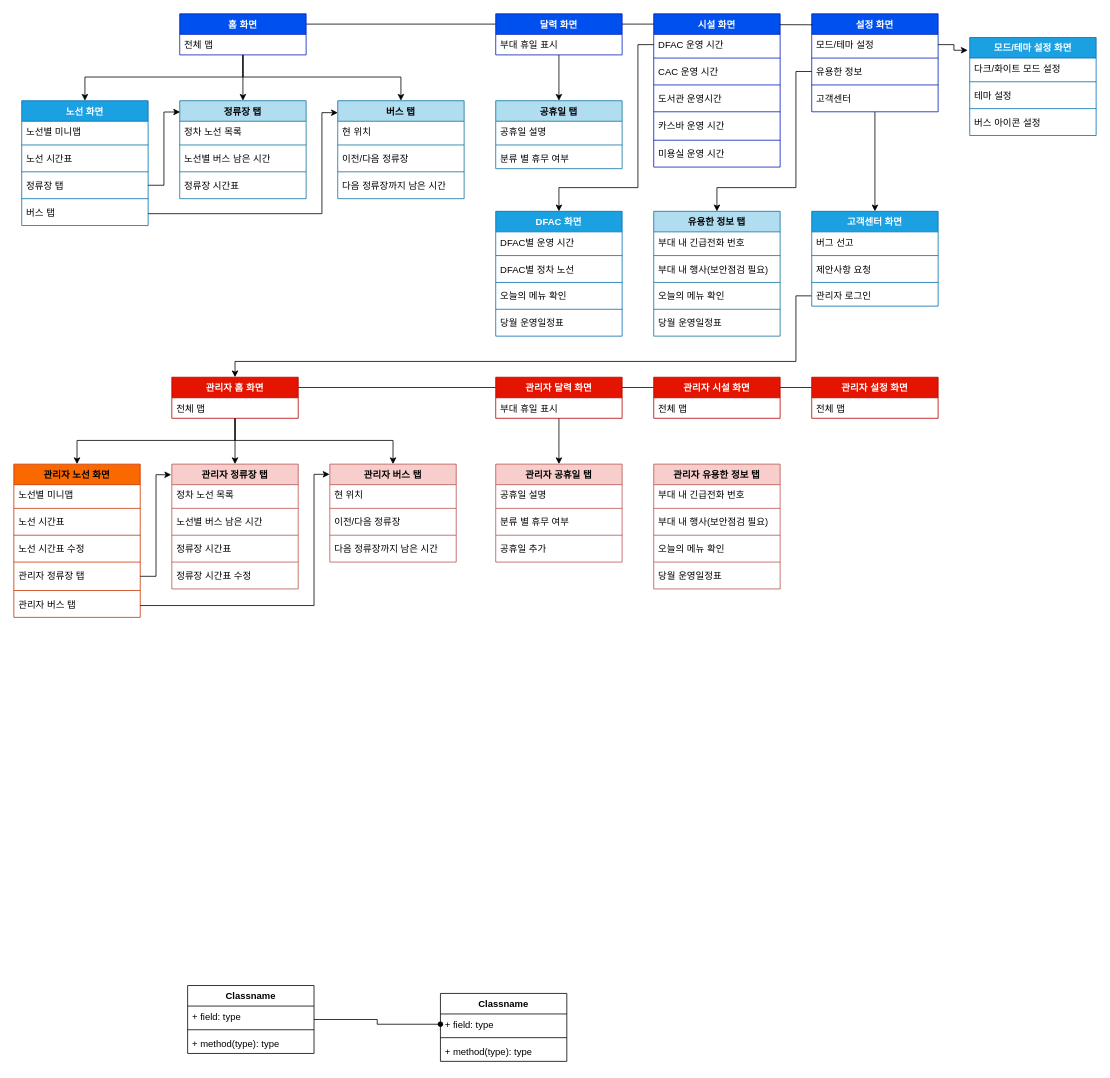
YaegunKim/Project18-CaseyBus keeps this draw.io diagram as CaseyBus_IA_01.drawio. Above is the earlier version. Source tidied: cells renumbered, new cells numbered last; positions are measured from the earlier drawing's top-left corner, leaving out a move shared by most shapes. Both pictures are drawn from the tidied source at 79%, with x=0, y=0 at pixel (13, 13).
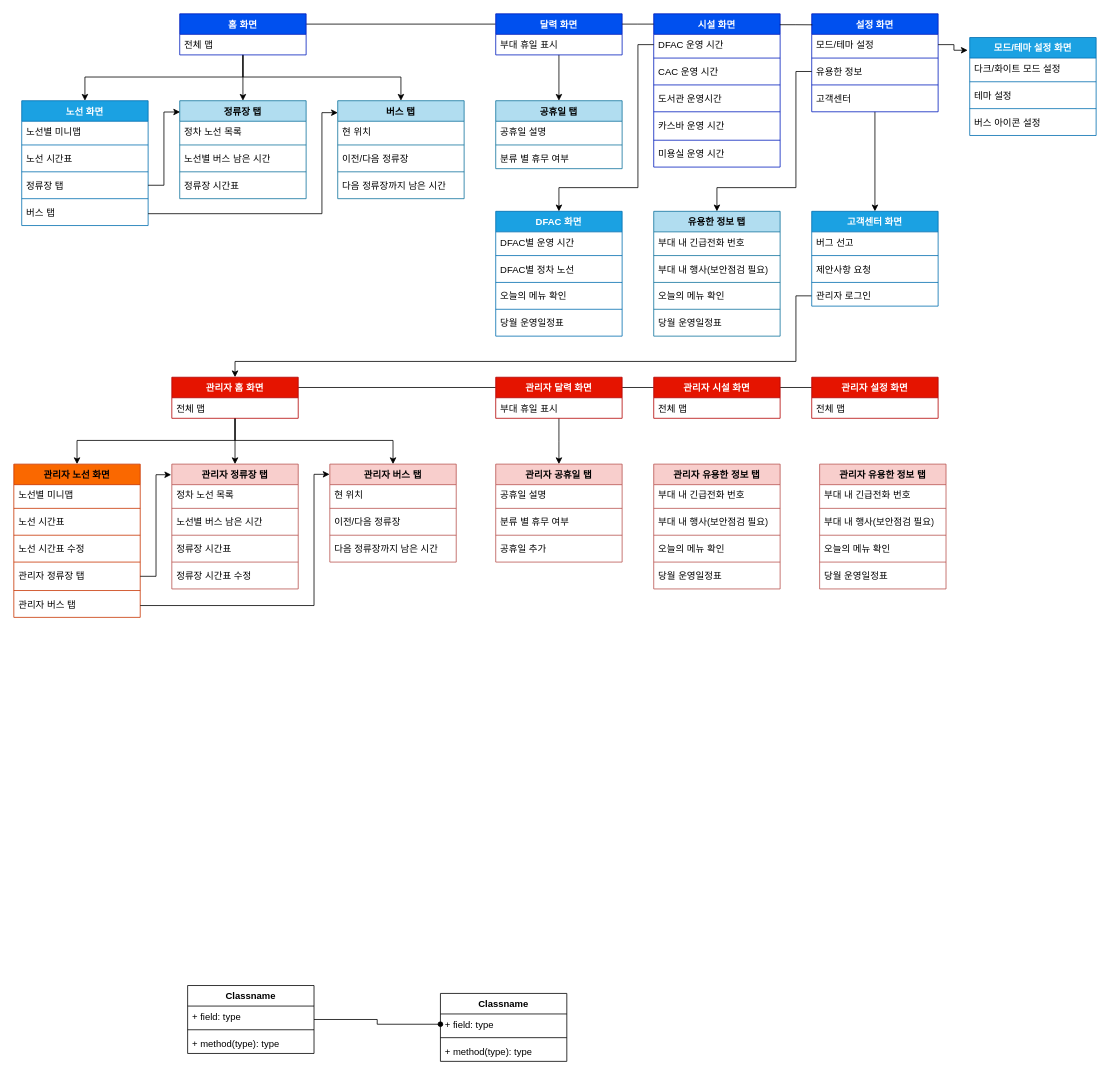
After the change.

Change to the diagram source:
```diff
@@
+    <mxCell id="152" value="관리자 유용한 정보 탭" style="swimlane;fontStyle=1;align=center;verticalAlign=top;horizontal=1;startSize=26;whiteSpace=wrap;html=1;fillColor=#f8cecc;strokeColor=#b85450;" parent="1" vertex="1">
+      <mxGeometry x="1020" y="570" width="160" height="158" as="geometry" />
+    </mxCell>
+    <mxCell id="153" value="부대 내 긴급전화 번호" style="text;strokeColor=none;fillColor=none;align=left;verticalAlign=top;spacingLeft=4;spacingRight=4;overflow=hidden;whiteSpace=wrap;html=1;" parent="152" vertex="1">
+      <mxGeometry y="26" width="160" height="26" as="geometry" />
+    </mxCell>
+    <mxCell id="154" style="line;strokeWidth=1;fillColor=none;align=left;verticalAlign=middle;spacingTop=-1;spacingLeft=3;spacingRight=3;labelPosition=right;strokeColor=inherit;" parent="152" vertex="1">
+      <mxGeometry y="52" width="160" height="8" as="geometry" />
+    </mxCell>
+    <mxCell id="155" value="부대 내 행사(보안점검 필요)" style="text;strokeColor=none;fillColor=none;align=left;verticalAlign=top;spacingLeft=4;spacingRight=4;overflow=hidden;whiteSpace=wrap;html=1;" parent="152" vertex="1">
+      <mxGeometry y="60" width="160" height="26" as="geometry" />
+    </mxCell>
+    <mxCell id="156" style="line;strokeWidth=1;fillColor=none;align=left;verticalAlign=middle;spacingTop=-1;spacingLeft=3;spacingRight=3;labelPosition=right;strokeColor=inherit;" parent="152" vertex="1">
+      <mxGeometry y="86" width="160" height="8" as="geometry" />
+    </mxCell>
+    <mxCell id="157" value="오늘의 메뉴 확인" style="text;strokeColor=none;fillColor=none;align=left;verticalAlign=top;spacingLeft=4;spacingRight=4;overflow=hidden;whiteSpace=wrap;html=1;" parent="152" vertex="1">
+      <mxGeometry y="94" width="160" height="26" as="geometry" />
+    </mxCell>
+    <mxCell id="158" style="line;strokeWidth=1;fillColor=none;align=left;verticalAlign=middle;spacingTop=-1;spacingLeft=3;spacingRight=3;labelPosition=right;strokeColor=inherit;" parent="152" vertex="1">
+      <mxGeometry y="120" width="160" height="8" as="geometry" />
+    </mxCell>
+    <mxCell id="159" value="당월 운영일정표" style="text;strokeColor=none;fillColor=none;align=left;verticalAlign=top;spacingLeft=4;spacingRight=4;overflow=hidden;whiteSpace=wrap;html=1;" parent="152" vertex="1">
+      <mxGeometry y="128" width="160" height="30" as="geometry" />
+    </mxCell>
```
